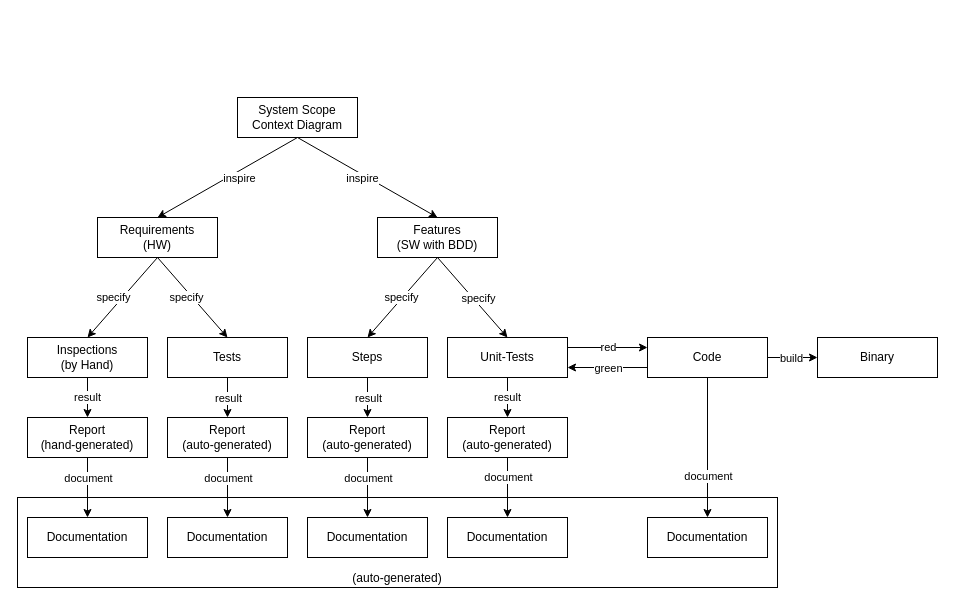
Above: doc/source/development_process.drawio in erichstuder/433MHz_to_MQTT (draw.io), before the change. Source tidied: cells renumbered, new cells numbered last; positions are measured from the earlier drawing's top-left corner, leaving out a move shared by most shapes. Both pictures are drawn from the tidied source at 100%, with x=0, y=0 at pixel (17, 97).
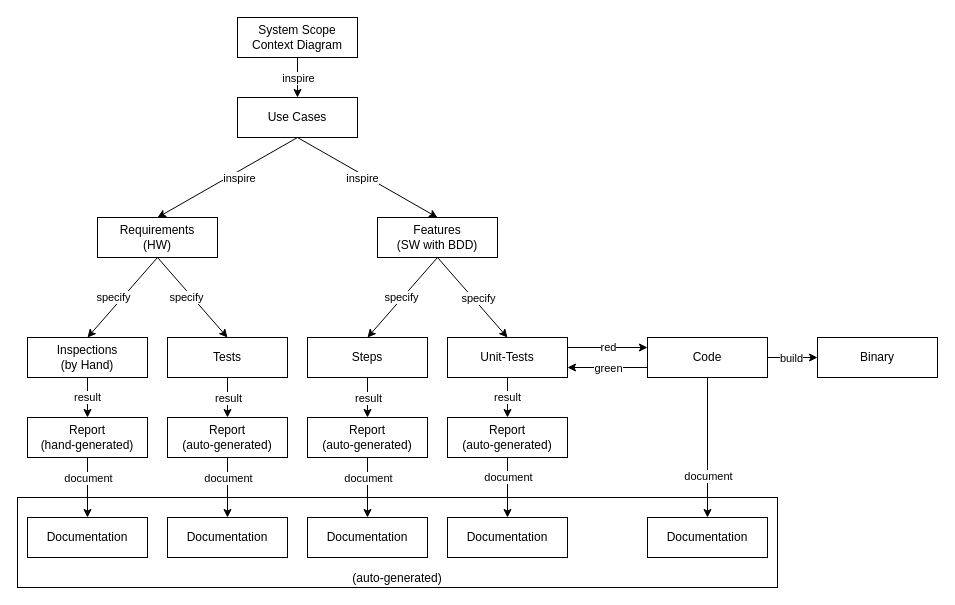
The same diagram, later.

Commit message:
add use cases to development process

What changed in the source:
```diff
@@
-    <mxCell id="3" value="System Scope&lt;br&gt;Context Diagram" style="rounded=0;whiteSpace=wrap;html=1;" parent="1" vertex="1">
+    <mxCell id="3" value="Use Cases" style="rounded=0;whiteSpace=wrap;html=1;" parent="1" vertex="1">
       <mxGeometry x="220" width="120" height="40" as="geometry" />
     </mxCell>
@@
+    <mxCell id="55" value="System Scope&lt;br&gt;Context Diagram" style="rounded=0;whiteSpace=wrap;html=1;" parent="1" vertex="1">
+      <mxGeometry x="220" y="-80" width="120" height="40" as="geometry" />
+    </mxCell>
+    <mxCell id="56" style="endArrow=classic;html=1;entryX=0.5;entryY=0;entryDx=0;entryDy=0;exitX=0.5;exitY=1;exitDx=0;exitDy=0;" parent="1" edge="1" source="55" target="3">
+      <mxGeometry relative="1" as="geometry" />
+    </mxCell>
+    <mxCell id="57" value="inspire" style="edgeLabel;html=1;align=center;verticalAlign=middle;" parent="56" vertex="1">
+      <mxGeometry x="-0.22" y="-1" relative="1" as="geometry">
+        <mxPoint x="1" y="4" as="offset" />
+      </mxGeometry>
+    </mxCell>
```
